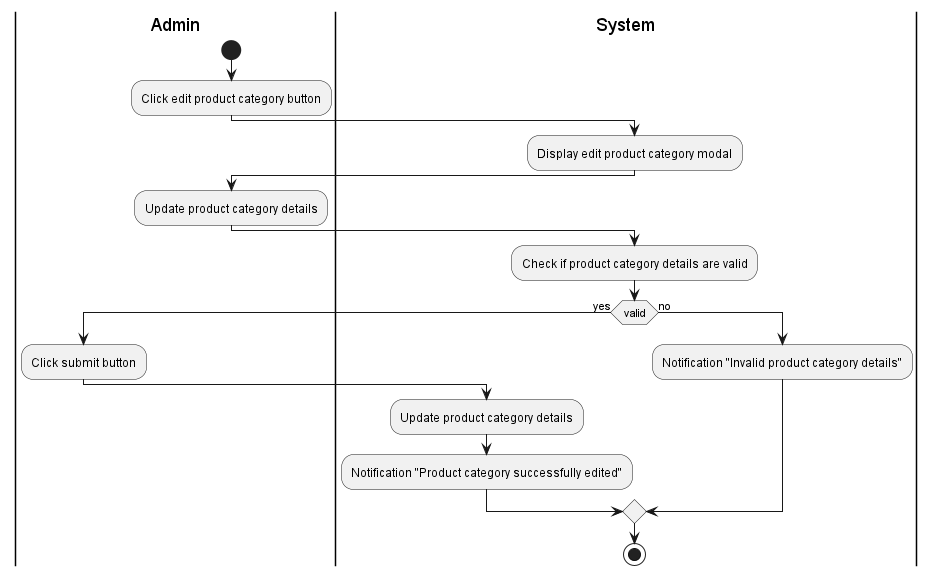
Before: Lab1/Lab1.2/Activity/img/Edit product category.png, a diagram exported from PlantUML (tuankietcoderr/SE357-Practice-class). Source of this version:
```plantuml
@startuml Edit product category
|Admin|
start
:Click edit product category button;
|System|
:Display edit product category modal;
|Admin|
:Update product category details;
|System|
:Check if product category details are valid;
if (valid) then (yes)
|Admin|
:Click submit button;
|System|
:Update product category details;
:Notification "Product category successfully edited";
else (no)
|System|
:Notification "Invalid product category details";
endif
stop
@enduml
```
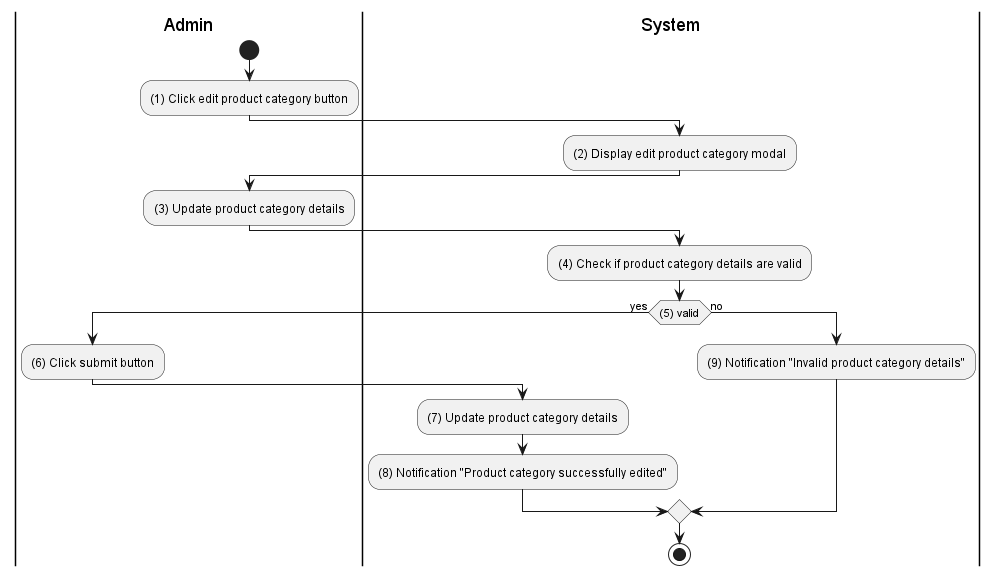
After the change.

The edit, as a diff of the source:
```diff
@@ -1,22 +1,22 @@
 @startuml Edit product category
 |Admin|
 start
-:Click edit product category button;
+:(1) Click edit product category button;
 |System|
-:Display edit product category modal;
+:(2) Display edit product category modal;
 |Admin|
-:Update product category details;
+:(3) Update product category details;
 |System|
-:Check if product category details are valid;
-if (valid) then (yes)
+:(4) Check if product category details are valid;
+if ((5) valid) then (yes)
 |Admin|
-:Click submit button;
+:(6) Click submit button;
 |System|
-:Update product category details;
-:Notification "Product category successfully edited";
+:(7) Update product category details;
+:(8) Notification "Product category successfully edited";
 else (no)
 |System|
-:Notification "Invalid product category details";
+:(9) Notification "Invalid product category details";
 endif
 stop
 @enduml
```
